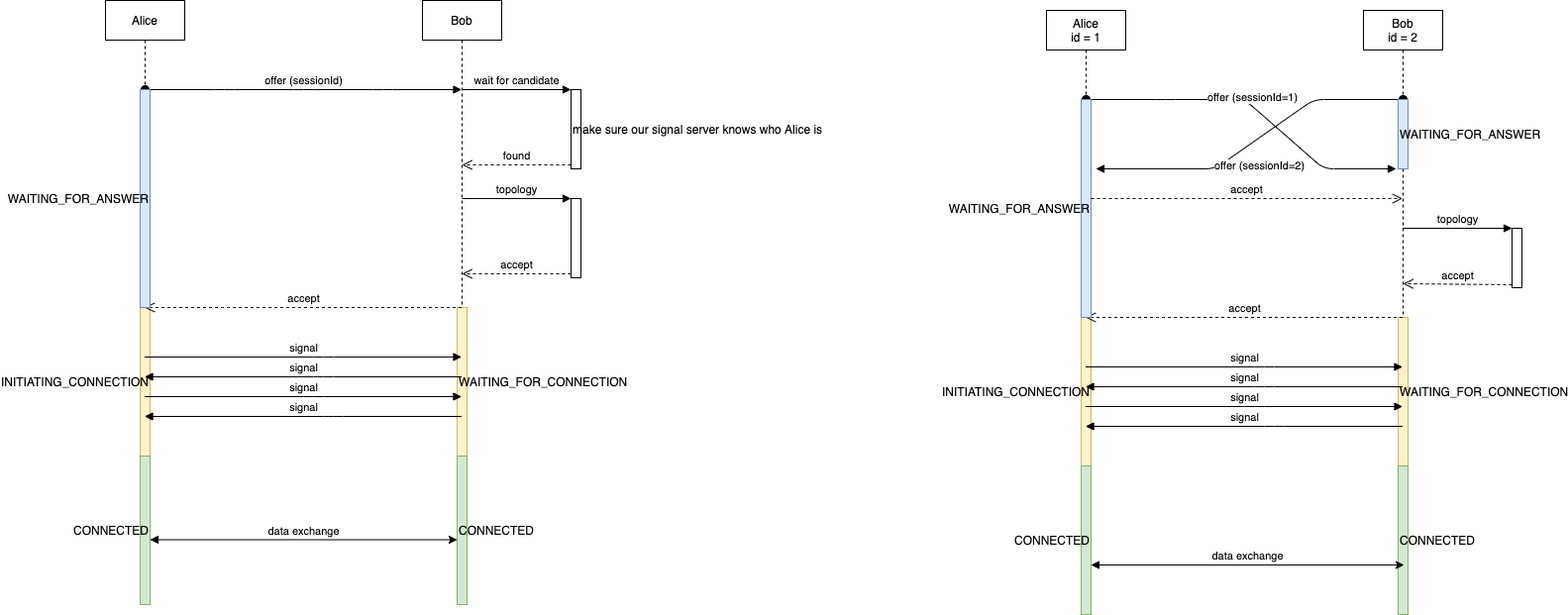
This is docs/content/race.png from dxos/mesh, a draw.io export, as it was before one commit. Source tidied: cells renumbered, new cells last; positions are measured from the earlier drawing's top-left corner, leaving out a move shared by most shapes.
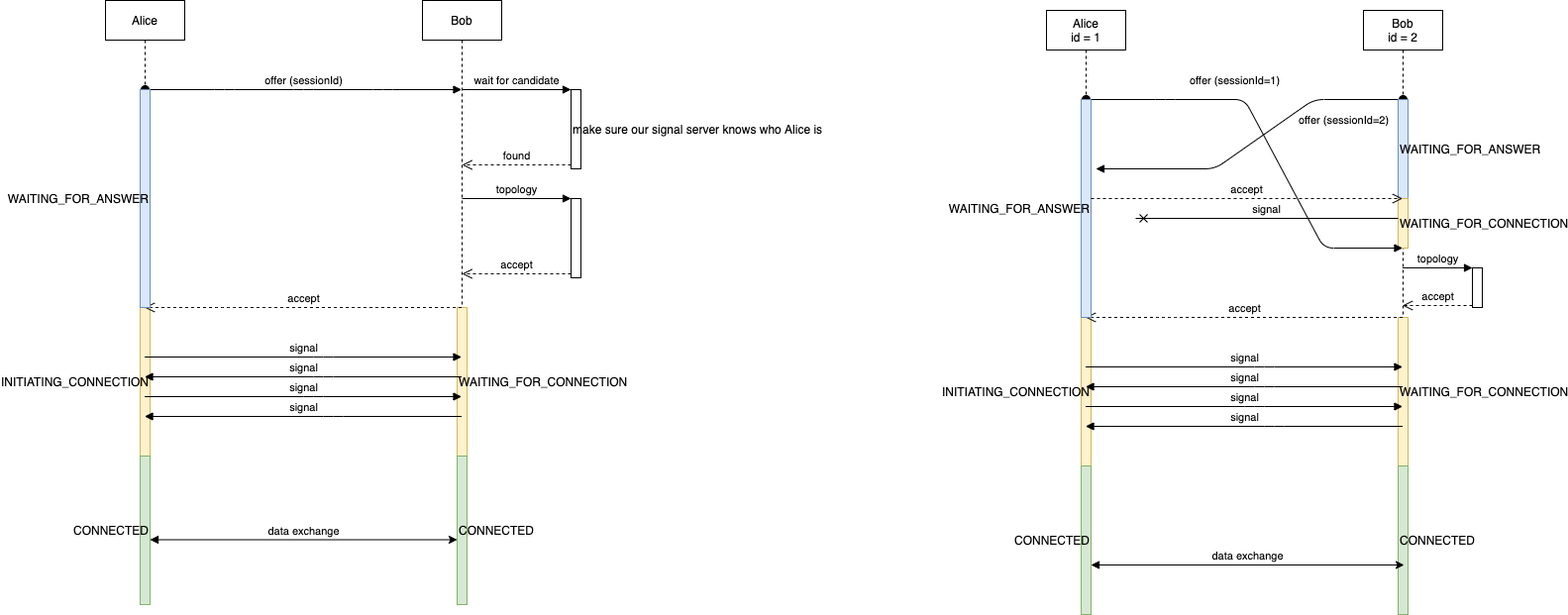
Above is the later version.

Change to the diagram source:
```diff
@@ -110,7 +110,7 @@
       <mxGeometry x="35" y="460" width="10" height="150" as="geometry" />
     </mxCell>
     <mxCell id="26" value="offer (sessionId=2)" style="html=1;verticalAlign=bottom;startArrow=oval;startFill=1;endArrow=block;startSize=8;" parent="23" edge="1">
-      <mxGeometry x="0.08" y="31" relative="1" as="geometry">
+      <mxGeometry x="-0.64" y="30" relative="1" as="geometry">
         <mxPoint x="40" y="90" as="sourcePoint" />
         <mxPoint x="-270" y="160" as="targetPoint" />
         <Array as="points">
@@ -120,29 +120,29 @@
       </mxGeometry>
     </mxCell>
     <mxCell id="27" value="WAITING_FOR_ANSWER" style="html=1;perimeter=orthogonalPerimeter;align=left;fillColor=#dae8fc;strokeColor=#6c8ebf;" parent="23" vertex="1">
-      <mxGeometry x="35" y="90" width="10" height="70" as="geometry" />
+      <mxGeometry x="35" y="90" width="10" height="100" as="geometry" />
     </mxCell>
+    <mxCell id="42" value="WAITING_FOR_CONNECTION" style="html=1;perimeter=orthogonalPerimeter;align=left;fillColor=#fff2cc;strokeColor=#d6b656;" parent="23" vertex="1">
+      <mxGeometry x="35" y="190" width="10" height="50" as="geometry" />
+    </mxCell>
-    <mxCell id="28" value="offer (sessionId=1)" style="html=1;verticalAlign=bottom;startArrow=oval;startFill=1;endArrow=block;startSize=8;" parent="1" edge="1">
-      <mxGeometry relative="1" as="geometry">
+    <mxCell id="28" value="offer (sessionId=1)" style="html=1;verticalAlign=bottom;startArrow=oval;startFill=1;endArrow=block;startSize=8;" parent="1" edge="1" target="23">
+      <mxGeometry x="-0.27" y="10" relative="1" as="geometry">
         <mxPoint x="990" y="100" as="sourcePoint" />
-        <mxPoint x="1303" y="170" as="targetPoint" />
         <Array as="points">
           <mxPoint x="1070" y="100" />
           <mxPoint x="1150" y="100" />
-          <mxPoint x="1230" y="170" />
+          <mxPoint x="1230" y="250" />
         </Array>
       </mxGeometry>
     </mxCell>
     <mxCell id="29" style="html=1;points=[];perimeter=orthogonalPerimeter;" parent="1" vertex="1">
-      <mxGeometry x="1420" y="230" width="10" height="60" as="geometry" />
+      <mxGeometry x="1380" y="270" width="10" height="40" as="geometry" />
     </mxCell>
     <mxCell id="30" value="topology" style="html=1;verticalAlign=bottom;endArrow=block;entryX=0;entryY=0;" parent="1" edge="1" source="23" target="29">
       <mxGeometry relative="1" as="geometry" />
     </mxCell>
-    <mxCell id="31" value="accept" style="html=1;verticalAlign=bottom;endArrow=open;dashed=1;endSize=8;exitX=0;exitY=0.95;" parent="1" edge="1" source="29">
-      <mxGeometry relative="1" as="geometry">
-        <mxPoint x="1310" y="286" as="targetPoint" />
-      </mxGeometry>
+    <mxCell id="31" value="accept" style="html=1;verticalAlign=bottom;endArrow=open;dashed=1;endSize=8;exitX=0;exitY=0.95;" parent="1" edge="1" source="29" target="23">
+      <mxGeometry relative="1" as="geometry" />
     </mxCell>
     <mxCell id="32" value="accept" style="html=1;verticalAlign=bottom;endArrow=open;dashed=1;endSize=8;" parent="1" edge="1" source="23" target="21">
       <mxGeometry relative="1" as="geometry">
@@ -207,5 +207,14 @@
         </Array>
       </mxGeometry>
     </mxCell>
+    <mxCell id="43" value="signal" style="html=1;verticalAlign=bottom;endArrow=cross;endFill=0;" parent="1" edge="1">
+      <mxGeometry relative="1" as="geometry">
+        <mxPoint x="1305" y="220" as="sourcePoint" />
+        <mxPoint x="1040" y="220" as="targetPoint" />
+        <Array as="points">
+          <mxPoint x="1165.5" y="220" />
+        </Array>
+      </mxGeometry>
+    </mxCell>
   </root>
 </mxGraphModel>
```
